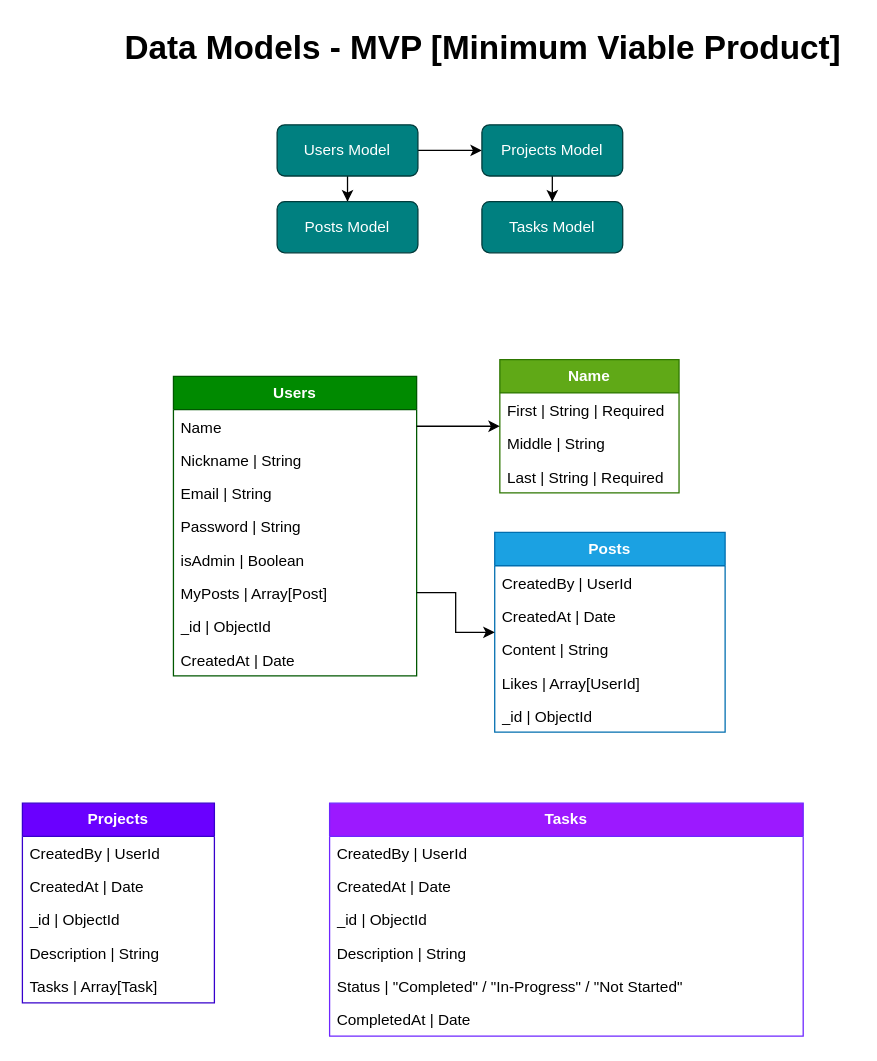
Before: page "Data Models - MVP" (2 of 2) of docs/assets/planning/data_models.drawio in Gallucky/ClarityBox, a draw.io diagram. Source tidied: cells renumbered, new cells numbered last; positions are measured from the earlier drawing's top-left corner, leaving out a move shared by most shapes. Both pictures are drawn from the tidied source at 128%, with x=0, y=0 at pixel (22, 22).
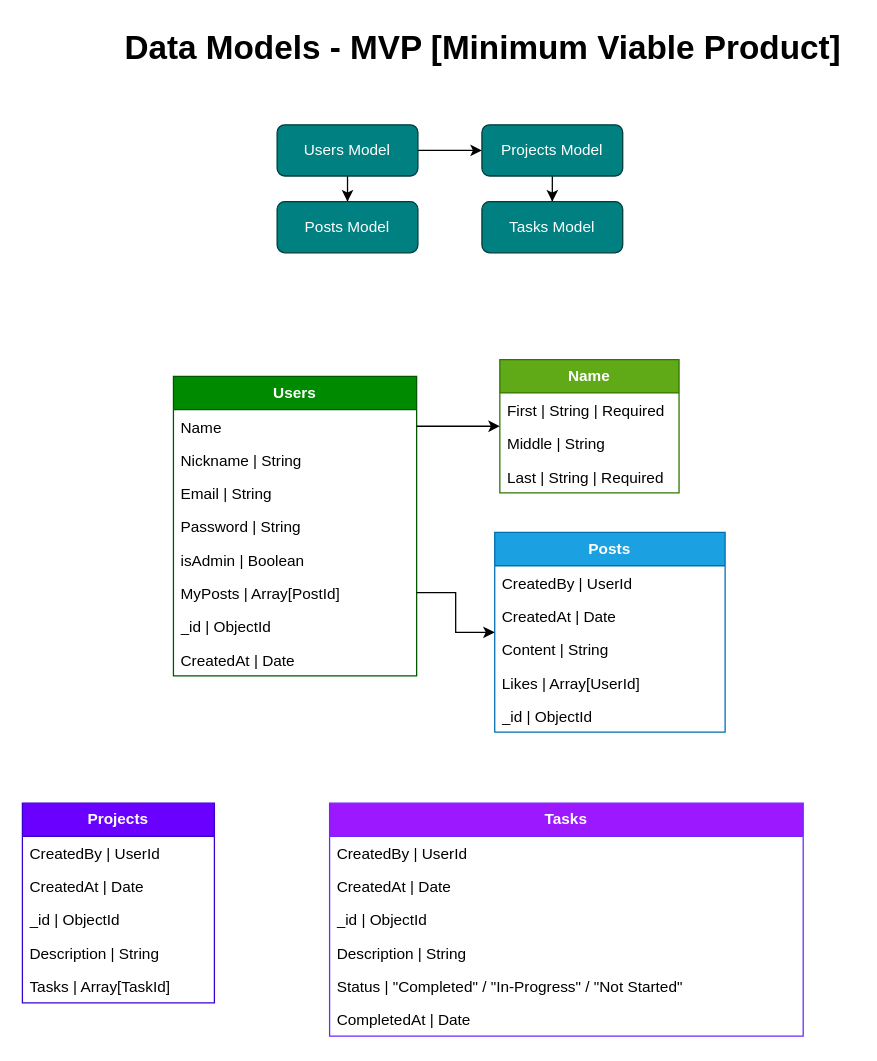
After the change.

The change refers to these unchanged cells:
```xml
<mxCell id="11" value="&lt;b&gt;Users&lt;/b&gt;" style="swimlane;fontStyle=0;horizontal=1;startSize=26;fillColor=#008a00;whiteSpace=wrap;html=1;fontColor=#ffffff;strokeColor=#005700;" parent="1" vertex="1">
  <mxGeometry x="118" y="276.5" width="190" height="234" as="geometry" />
</mxCell>
<mxCell id="32" value="&lt;b&gt;Projects&lt;/b&gt;" style="swimlane;fontStyle=0;horizontal=1;startSize=26;fillColor=#6a00ff;whiteSpace=wrap;html=1;fontColor=#ffffff;strokeColor=#3700CC;" parent="1" vertex="1">
  <mxGeometry y="610" width="150" height="156" as="geometry" />
</mxCell>
```

Change to the diagram source:
```diff
@@
-    <mxCell id="17" value="MyPosts | Array[Post]" style="text;strokeColor=none;fillColor=none;align=left;verticalAlign=top;spacingLeft=4;spacingRight=4;overflow=hidden;points=[[0,0.5],[1,0.5]];portConstraint=eastwest;whiteSpace=wrap;html=1;" parent="11" vertex="1">
+    <mxCell id="17" value="MyPosts | Array[PostId]" style="text;strokeColor=none;fillColor=none;align=left;verticalAlign=top;spacingLeft=4;spacingRight=4;overflow=hidden;points=[[0,0.5],[1,0.5]];portConstraint=eastwest;whiteSpace=wrap;html=1;" parent="11" vertex="1">
       <mxGeometry y="156" width="190" height="26" as="geometry" />
     </mxCell>
@@
-    <mxCell id="37" value="Tasks | Array[Task]" style="text;strokeColor=none;fillColor=none;align=left;verticalAlign=top;spacingLeft=4;spacingRight=4;overflow=hidden;whiteSpace=wrap;html=1;" parent="32" vertex="1">
+    <mxCell id="37" value="Tasks | Array[TaskId&lt;span style=&quot;background-color: initial;&quot;&gt;]&lt;/span&gt;" style="text;strokeColor=none;fillColor=none;align=left;verticalAlign=top;spacingLeft=4;spacingRight=4;overflow=hidden;whiteSpace=wrap;html=1;" parent="32" vertex="1">
       <mxGeometry y="130" width="150" height="26" as="geometry" />
     </mxCell>
```
